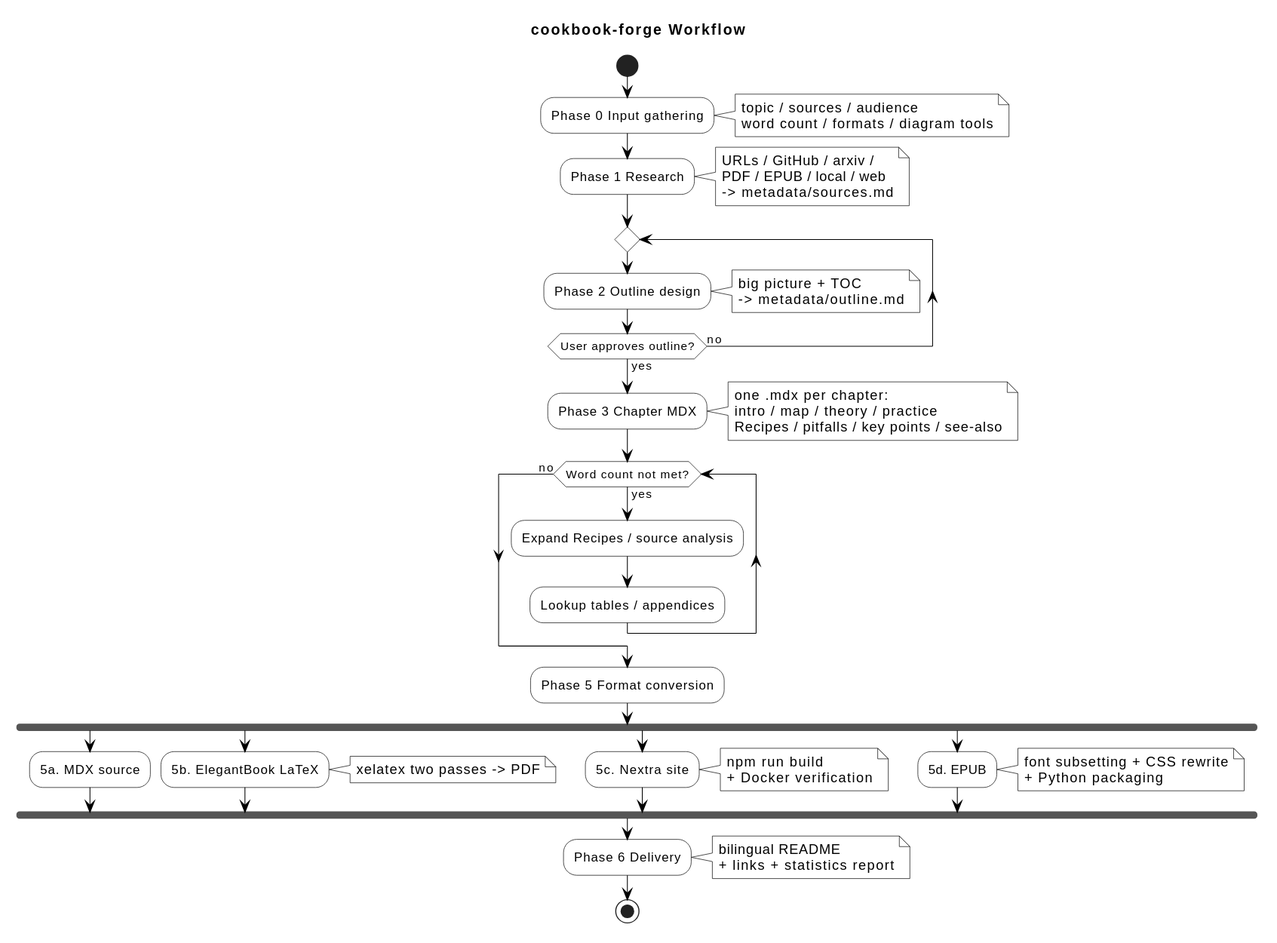
Earlier version of the PlantUML export assets/diagrams/workflow-en.svg (samonysh/cookbook-forge).
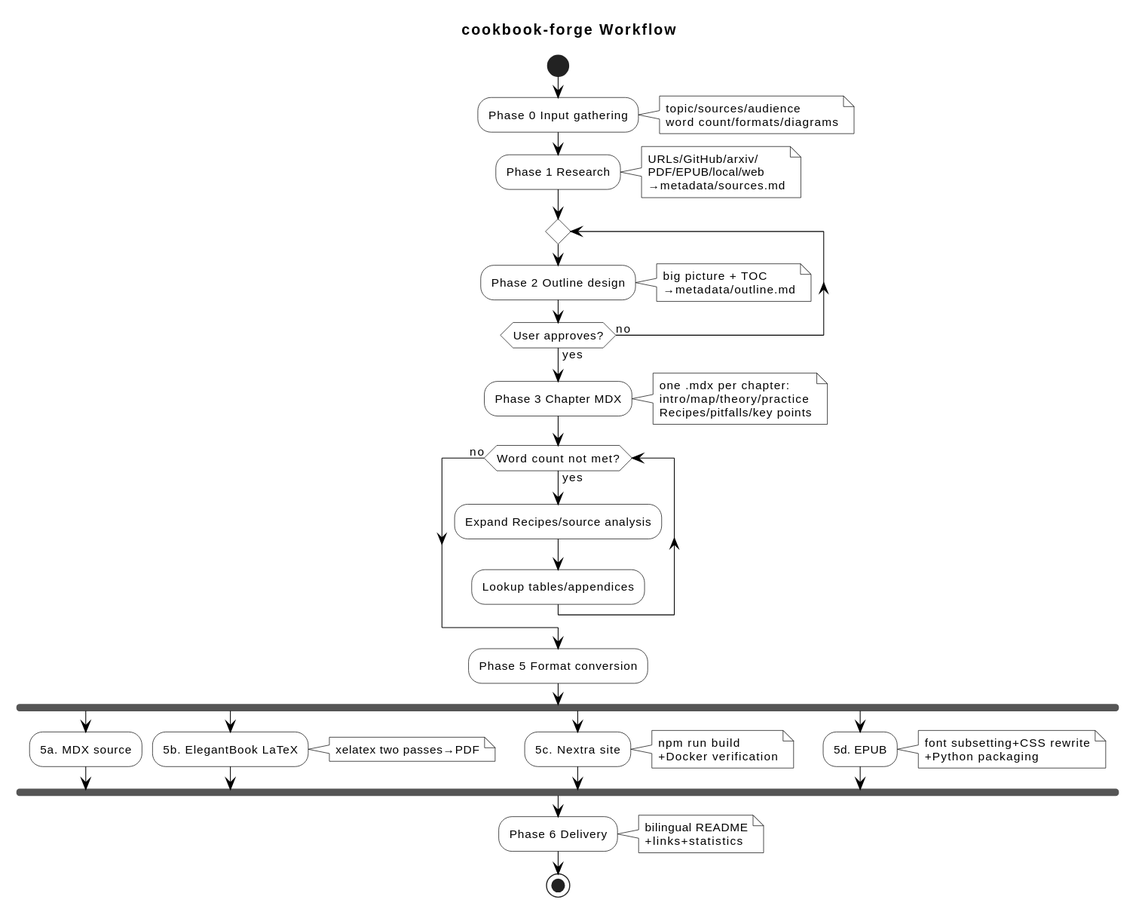
The same file after the commit.

What changed in the source:
```diff
@@ -3,6 +3,8 @@
 skinparam shadowing false
 skinparam backgroundColor #FFFFFF
 skinparam defaultFontColor #000000
+skinparam defaultFontName Helvetica
+skinparam defaultFontSize 11
 skinparam NoteBackgroundColor #FFFFFF
 skinparam NoteBorderColor #000000
 skinparam ActivityBackgroundColor #FFFFFF
@@ -18,31 +20,31 @@
 start
 :Phase 0 Input gathering;
 note right
-  topic / sources / audience
-  word count / formats / diagram tools
+  topic/sources/audience
+  word count/formats/diagrams
 end note
 :Phase 1 Research;
 note right
-  URLs / GitHub / arxiv /
-  PDF / EPUB / local / web
-  -> metadata/sources.md
+  URLs/GitHub/arxiv/
+  PDF/EPUB/local/web
+  →metadata/sources.md
 end note
 repeat
   :Phase 2 Outline design;
   note right
     big picture + TOC
-    -> metadata/outline.md
+    →metadata/outline.md
   end note
-repeat while (User approves outline?) is (no) not (yes)
+repeat while (User approves?) is (no) not (yes)
 :Phase 3 Chapter MDX;
 note right
   one .mdx per chapter:
-  intro / map / theory / practice
-  Recipes / pitfalls / key points / see-also
+  intro/map/theory/practice
+  Recipes/pitfalls/key points
 end note
 while (Word count not met?) is (yes)
-  :Expand Recipes / source analysis;
-  :Lookup tables / appendices;
+  :Expand Recipes/source analysis;
+  :Lookup tables/appendices;
 endwhile (no)
 :Phase 5 Format conversion;
 fork
@@ -50,25 +52,25 @@
 fork again
   :5b. ElegantBook LaTeX;
   note right
-    xelatex two passes -> PDF
+    xelatex two passes→PDF
   end note
 fork again
   :5c. Nextra site;
   note right
     npm run build
-    + Docker verification
+    +Docker verification
   end note
 fork again
   :5d. EPUB;
   note right
-    font subsetting + CSS rewrite
-    + Python packaging
+    font subsetting+CSS rewrite
+    +Python packaging
   end note
 end fork
 :Phase 6 Delivery;
 note right
   bilingual README
-  + links + statistics report
+  +links+statistics
 end note
 stop
 @enduml
```
